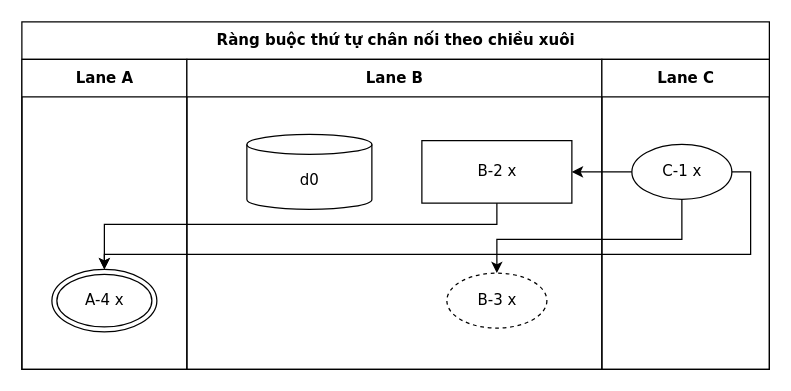
Above: conformance/golden/cases/72-track-order-forward.drawio in luytbq/flowcast (draw.io), before the change. Source tidied: cells renumbered, new cells numbered last; positions are measured from the earlier drawing's top-left corner, leaving out a move shared by most shapes. Both pictures are drawn from the tidied source at 125%, with x=0, y=0 at pixel (21, 21).
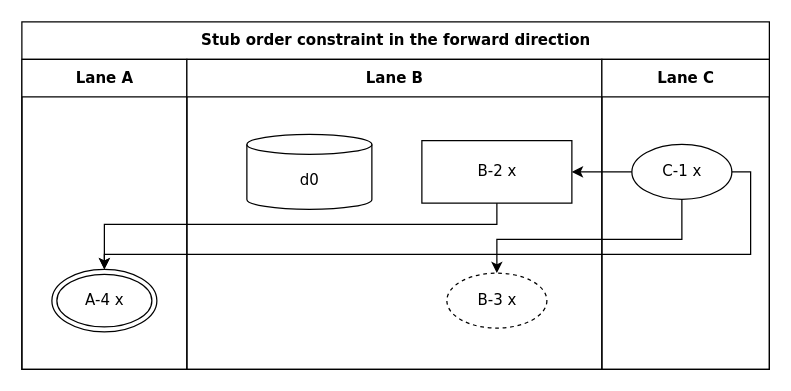
Above is the later version.

Change to the diagram source:
```diff
@@
-    <mxCell id="2" value="Ràng buộc thứ tự chân nối theo chiều xuôi" style="swimlane;html=1;startSize=30;fontStyle=1;fontFamily=Verdana;fontSize=12;flowtable=1;" parent="1" vertex="1">
+    <mxCell id="2" value="Stub order constraint in the forward direction" style="swimlane;html=1;startSize=30;fontStyle=1;fontFamily=Verdana;fontSize=12;flowtable=1;" parent="1" vertex="1">
       <mxGeometry width="598" height="278" as="geometry" />
     </mxCell>
```
